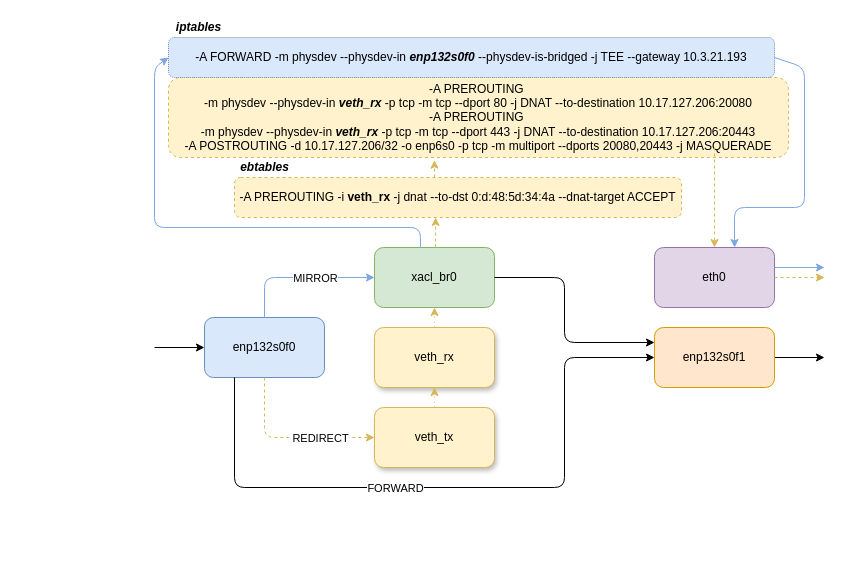
Before: veth_mirror_clone.drawio in AirbornWdd/doc, a draw.io diagram. Source tidied: cells renumbered, new cells numbered last; positions are measured from the earlier drawing's top-left corner, leaving out a move shared by most shapes. Both pictures are drawn from the tidied source at 100%, with x=0, y=0 at pixel (154, 17).
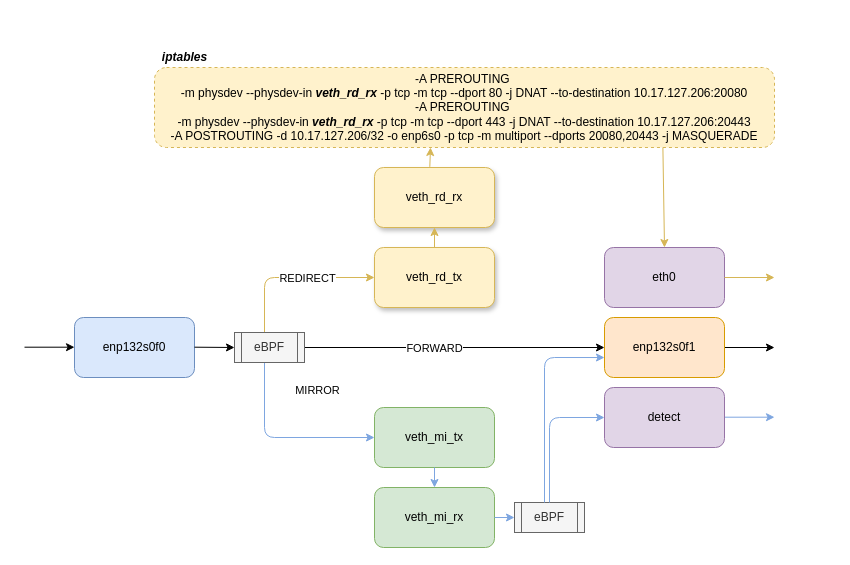
After the change.

Change to the diagram source:
```diff
@@
-    <mxCell id="2" value="xacl_br0" style="rounded=1;whiteSpace=wrap;html=1;fillColor=#d5e8d4;strokeColor=#82b366;" parent="1" vertex="1">
-      <mxGeometry x="220" y="230" width="120" height="60" as="geometry" />
+    <mxCell id="2" value="veth_mi_tx" style="rounded=1;whiteSpace=wrap;html=1;fillColor=#d5e8d4;strokeColor=#82b366;" parent="1" vertex="1">
+      <mxGeometry x="220" y="390" width="120" height="60" as="geometry" />
     </mxCell>
-    <mxCell id="3" value="enp132s0f0" style="rounded=1;whiteSpace=wrap;html=1;fillColor=#dae8fc;strokeColor=#6c8ebf;" parent="1" vertex="1">
-      <mxGeometry x="50" y="300" width="120" height="60" as="geometry" />
-    </mxCell>
-    <mxCell id="4" value="veth_tx" style="rounded=1;whiteSpace=wrap;html=1;fillColor=#fff2cc;strokeColor=#d6b656;shadow=1;" parent="1" vertex="1">
-      <mxGeometry x="220" y="390" width="120" height="60" as="geometry" />
+    <mxCell id="4" value="veth_rd_tx" style="rounded=1;whiteSpace=wrap;html=1;fillColor=#fff2cc;strokeColor=#d6b656;shadow=1;" parent="1" vertex="1">
+      <mxGeometry x="220" y="230" width="120" height="60" as="geometry" />
     </mxCell>
-    <mxCell id="5" value="-A PREROUTING -i &lt;b&gt;veth_rx&lt;/b&gt; -j dnat --to-dst 0:d:48:5d:34:4a --dnat-target ACCEPT" style="rounded=1;whiteSpace=wrap;html=1;dashed=1;fillColor=#fff2cc;strokeColor=#d6b656;" parent="1" vertex="1">
-      <mxGeometry x="80" y="160" width="447" height="40" as="geometry" />
-    </mxCell>
-    <mxCell id="6" style="endArrow=classic;html=1;entryX=0;entryY=0.5;entryDx=0;entryDy=0;exitX=0.5;exitY=1;exitDx=0;exitDy=0;dashed=1;fillColor=#fff2cc;strokeColor=#d6b656;" parent="1" edge="1" source="3" target="4">
+    <mxCell id="6" style="endArrow=classic;html=1;entryX=0;entryY=0.5;entryDx=0;entryDy=0;fillColor=#fff2cc;strokeColor=#d6b656;exitX=0.5;exitY=0;exitDx=0;exitDy=0;" parent="1" edge="1" target="4">
       <mxGeometry relative="1" as="geometry">
+        <mxPoint x="110" y="315" as="sourcePoint" />
         <Array as="points">
-          <mxPoint x="110" y="420" />
+          <mxPoint x="110" y="260" />
         </Array>
       </mxGeometry>
     </mxCell>
     <mxCell id="7" value="REDIRECT" style="edgeLabel;html=1;align=center;verticalAlign=middle;" parent="6" vertex="1">
       <mxGeometry x="-0.18" y="-2" relative="1" as="geometry">
-        <mxPoint x="45" y="-2" as="offset" />
+        <mxPoint x="29" y="-2" as="offset" />
       </mxGeometry>
     </mxCell>
     <mxCell id="8" style="endArrow=classic;html=1;exitX=1;exitY=0.5;exitDx=0;exitDy=0;" parent="1" edge="1" source="19">
       <mxGeometry relative="1" as="geometry">
-        <mxPoint x="670" y="340" as="targetPoint" />
+        <mxPoint x="620" y="330" as="targetPoint" />
       </mxGeometry>
     </mxCell>
-    <mxCell id="9" style="endArrow=classic;html=1;exitX=0.5;exitY=0;exitDx=0;exitDy=0;entryX=0;entryY=0.5;entryDx=0;entryDy=0;strokeColor=#7EA6E0;" parent="1" edge="1" source="3" target="2">
+    <mxCell id="9" style="endArrow=classic;html=1;exitX=0.5;exitY=1;exitDx=0;exitDy=0;entryX=0;entryY=0.5;entryDx=0;entryDy=0;strokeColor=#7EA6E0;" parent="1" edge="1" target="2">
       <mxGeometry relative="1" as="geometry">
+        <mxPoint x="110" y="345" as="sourcePoint" />
         <Array as="points">
-          <mxPoint x="110" y="260" />
+          <mxPoint x="110" y="420" />
         </Array>
       </mxGeometry>
     </mxCell>
@@
-    <mxCell id="11" style="endArrow=classic;html=1;entryX=0.45;entryY=1;entryDx=0;entryDy=0;entryPerimeter=0;dashed=1;fillColor=#fff2cc;strokeColor=#d6b656;" parent="1" edge="1" target="5">
-      <mxGeometry relative="1" as="geometry">
-        <mxPoint x="281" y="230" as="sourcePoint" />
-      </mxGeometry>
-    </mxCell>
-    <mxCell id="12" value="&lt;div&gt;-A PREROUTING&amp;nbsp;&lt;/div&gt;-m physdev --physdev-in &lt;b&gt;&lt;i&gt;veth_rx&lt;/i&gt;&lt;/b&gt;&lt;span&gt;&amp;nbsp;-p tcp -m tcp --dport 80 -j DNAT --to-destination 10.17.127.206:20080&lt;/span&gt;&lt;b&gt;&lt;i&gt;&lt;br&gt;&lt;/i&gt;&lt;/b&gt;&lt;div&gt;-A PREROUTING&amp;nbsp;&lt;/div&gt;-m physdev --physdev-in&amp;nbsp;&lt;b&gt;&lt;i&gt;veth_rx&lt;/i&gt;&lt;/b&gt;&lt;span&gt;&amp;nbsp;&lt;/span&gt;&lt;span&gt;-p tcp -m tcp --dport 443 -j DNAT --to-destination 10.17.127.206:20443&lt;/span&gt;&lt;span&gt;&lt;br&gt;&lt;/span&gt;&lt;div&gt;-A POSTROUTING -d 10.17.127.206/32 -o enp6s0 -p tcp -m multiport --dports 20080,20443 -j MASQUERADE&lt;/div&gt;" style="rounded=1;whiteSpace=wrap;html=1;dashed=1;fillColor=#fff2cc;strokeColor=#d6b656;" parent="1" vertex="1">
-      <mxGeometry x="14" y="60" width="620" height="80" as="geometry" />
+    <mxCell id="12" value="&lt;div&gt;-A PREROUTING&amp;nbsp;&lt;/div&gt;-m physdev --physdev-in &lt;b&gt;&lt;i&gt;veth_rd_rx&lt;/i&gt;&lt;/b&gt;&lt;span&gt;&amp;nbsp;-p tcp -m tcp --dport 80 -j DNAT --to-destination 10.17.127.206:20080&lt;/span&gt;&lt;b&gt;&lt;i&gt;&lt;br&gt;&lt;/i&gt;&lt;/b&gt;&lt;div&gt;-A PREROUTING&amp;nbsp;&lt;/div&gt;-m physdev --physdev-in&amp;nbsp;&lt;b&gt;&lt;i&gt;veth_rd_rx&lt;/i&gt;&lt;/b&gt;&lt;span&gt;&amp;nbsp;&lt;/span&gt;&lt;span&gt;-p tcp -m tcp --dport 443 -j DNAT --to-destination 10.17.127.206:20443&lt;/span&gt;&lt;span&gt;&lt;br&gt;&lt;/span&gt;&lt;div&gt;-A POSTROUTING -d 10.17.127.206/32 -o enp6s0 -p tcp -m multiport --dports 20080,20443 -j MASQUERADE&lt;/div&gt;" style="rounded=1;whiteSpace=wrap;html=1;dashed=1;fillColor=#fff2cc;strokeColor=#d6b656;" parent="1" vertex="1">
+      <mxGeometry y="50" width="620" height="80" as="geometry" />
     </mxCell>
-    <mxCell id="13" value="&lt;b&gt;&lt;i&gt;ebtables&lt;/i&gt;&lt;/b&gt;" style="text;html=1;align=center;verticalAlign=middle;" parent="1" vertex="1">
-      <mxGeometry x="80" y="140" width="60" height="20" as="geometry" />
-    </mxCell>
     <mxCell id="14" value="&lt;b&gt;&lt;i&gt;iptables&lt;/i&gt;&lt;/b&gt;" style="text;html=1;align=center;verticalAlign=middle;" parent="1" vertex="1">
-      <mxGeometry x="14" width="60" height="20" as="geometry" />
+      <mxGeometry y="30" width="60" height="20" as="geometry" />
     </mxCell>
     <mxCell id="15" value="eth0" style="rounded=1;whiteSpace=wrap;html=1;fillColor=#e1d5e7;strokeColor=#9673a6;" parent="1" vertex="1">
-      <mxGeometry x="500" y="230" width="120" height="60" as="geometry" />
+      <mxGeometry x="450" y="230" width="120" height="60" as="geometry" />
     </mxCell>
-    <mxCell id="16" style="endArrow=classic;html=1;entryX=0.5;entryY=0;entryDx=0;entryDy=0;dashed=1;fillColor=#fff2cc;strokeColor=#d6b656;" parent="1" edge="1" target="15">
-      <mxGeometry relative="1" as="geometry">
-        <mxPoint x="560" y="130" as="sourcePoint" />
-      </mxGeometry>
+    <mxCell id="16" style="endArrow=classic;html=1;entryX=0.5;entryY=0;entryDx=0;entryDy=0;fillColor=#fff2cc;strokeColor=#d6b656;exitX=0.82;exitY=1;exitDx=0;exitDy=0;exitPerimeter=0;" parent="1" edge="1" source="12" target="15">
+      <mxGeometry relative="1" as="geometry" />
     </mxCell>
-    <mxCell id="17" style="endArrow=classic;html=1;exitX=1;exitY=0.5;exitDx=0;exitDy=0;dashed=1;fillColor=#fff2cc;strokeColor=#d6b656;" parent="1" edge="1" source="15">
+    <mxCell id="17" style="endArrow=classic;html=1;exitX=1;exitY=0.5;exitDx=0;exitDy=0;fillColor=#fff2cc;strokeColor=#d6b656;" parent="1" edge="1" source="15">
       <mxGeometry relative="1" as="geometry">
-        <mxPoint x="670" y="260" as="targetPoint" />
+        <mxPoint x="620" y="260" as="targetPoint" />
       </mxGeometry>
     </mxCell>
-    <mxCell id="18" value="veth_rx" style="rounded=1;whiteSpace=wrap;html=1;fillColor=#fff2cc;strokeColor=#d6b656;shadow=1;" parent="1" vertex="1">
-      <mxGeometry x="220" y="310" width="120" height="60" as="geometry" />
+    <mxCell id="18" value="veth_rd_rx" style="rounded=1;whiteSpace=wrap;html=1;fillColor=#fff2cc;strokeColor=#d6b656;shadow=1;" parent="1" vertex="1">
+      <mxGeometry x="220" y="150" width="120" height="60" as="geometry" />
     </mxCell>
     <mxCell id="19" value="&lt;span&gt;enp132s0f1&lt;/span&gt;" style="rounded=1;whiteSpace=wrap;html=1;fillColor=#ffe6cc;strokeColor=#d79b00;" parent="1" vertex="1">
-      <mxGeometry x="500" y="310" width="120" height="60" as="geometry" />
+      <mxGeometry x="450" y="300" width="120" height="60" as="geometry" />
     </mxCell>
-    <mxCell id="20" style="endArrow=classic;html=1;exitX=0.5;exitY=0;exitDx=0;exitDy=0;entryX=0.5;entryY=1;entryDx=0;entryDy=0;dashed=1;dashPattern=1 4;fillColor=#fff2cc;strokeColor=#d6b656;" parent="1" edge="1" source="4" target="18">
+    <mxCell id="20" style="endArrow=classic;html=1;exitX=0.5;exitY=0;exitDx=0;exitDy=0;entryX=0.5;entryY=1;entryDx=0;entryDy=0;fillColor=#fff2cc;strokeColor=#d6b656;" parent="1" edge="1" source="4" target="18">
       <mxGeometry relative="1" as="geometry" />
     </mxCell>
-    <mxCell id="21" style="endArrow=classic;html=1;exitX=0.5;exitY=0;exitDx=0;exitDy=0;entryX=0.5;entryY=1;entryDx=0;entryDy=0;dashed=1;dashPattern=1 4;fillColor=#fff2cc;strokeColor=#d6b656;" parent="1" edge="1" source="18" target="2">
-      <mxGeometry relative="1" as="geometry" />
-    </mxCell>
-    <mxCell id="22" style="endArrow=classic;html=1;entryX=0;entryY=0.5;entryDx=0;entryDy=0;exitX=0.25;exitY=1;exitDx=0;exitDy=0;" parent="1" edge="1" source="3" target="19">
-      <mxGeometry relative="1" as="geometry">
-        <Array as="points">
-          <mxPoint x="80" y="470" />
-          <mxPoint x="410" y="470" />
-          <mxPoint x="410" y="340" />
-        </Array>
-      </mxGeometry>
-    </mxCell>
+    <mxCell id="30" style="endArrow=classic;html=1;exitX=1;exitY=0.5;exitDx=0;exitDy=0;strokeColor=#7EA6E0;" parent="1" edge="1">
+      <mxGeometry relative="1" as="geometry">
+        <mxPoint x="570" y="399.7" as="sourcePoint" />
+        <mxPoint x="620" y="399.7" as="targetPoint" />
+      </mxGeometry>
+    </mxCell>
+    <mxCell id="31" value="veth_mi_rx" style="rounded=1;whiteSpace=wrap;html=1;fillColor=#d5e8d4;strokeColor=#82b366;" parent="1" vertex="1">
+      <mxGeometry x="220" y="470" width="120" height="60" as="geometry" />
+    </mxCell>
+    <mxCell id="32" style="endArrow=classic;html=1;exitX=0.461;exitY=-0.011;exitDx=0;exitDy=0;fillColor=#fff2cc;strokeColor=#d6b656;exitPerimeter=0;" parent="1" edge="1" source="18">
+      <mxGeometry relative="1" as="geometry">
+        <mxPoint x="276" y="130" as="targetPoint" />
+      </mxGeometry>
+    </mxCell>
+    <mxCell id="33" style="endArrow=classic;html=1;entryX=0;entryY=0.5;entryDx=0;entryDy=0;" parent="1" edge="1" target="19">
+      <mxGeometry relative="1" as="geometry">
+        <mxPoint x="150" y="330" as="sourcePoint" />
+      </mxGeometry>
+    </mxCell>
-    <mxCell id="23" value="FORWARD" style="edgeLabel;html=1;align=center;verticalAlign=middle;" parent="22" vertex="1">
-      <mxGeometry x="0.3" y="1" relative="1" as="geometry">
-        <mxPoint x="-159" y="1" as="offset" />
-      </mxGeometry>
+    <mxCell id="23" value="FORWARD" style="edgeLabel;html=1;align=center;verticalAlign=middle;" parent="33" vertex="1">
+      <mxGeometry x="-0.14" relative="1" as="geometry" />
     </mxCell>
-    <mxCell id="24" style="endArrow=classic;html=1;entryX=0;entryY=0.5;entryDx=0;entryDy=0;" parent="1" edge="1" target="3">
-      <mxGeometry relative="1" as="geometry">
-        <mxPoint y="330" as="sourcePoint" />
-      </mxGeometry>
-    </mxCell>
-    <mxCell id="25" style="endArrow=classic;html=1;exitX=1;exitY=0.5;exitDx=0;exitDy=0;entryX=0;entryY=0.25;entryDx=0;entryDy=0;" parent="1" edge="1" source="2" target="19">
-      <mxGeometry relative="1" as="geometry">
-        <Array as="points">
-          <mxPoint x="410" y="260" />
-          <mxPoint x="410" y="325" />
-        </Array>
-      </mxGeometry>
-    </mxCell>
-    <mxCell id="26" value="-A FORWARD -m physdev --physdev-in &lt;b&gt;&lt;i&gt;enp132s0f0&lt;/i&gt;&lt;/b&gt;&amp;nbsp;--physdev-is-bridged -j TEE --gateway 10.3.21.193" style="rounded=1;whiteSpace=wrap;html=1;dashed=1;dashPattern=1 1;fillColor=#dae8fc;strokeColor=#6c8ebf;" parent="1" vertex="1">
-      <mxGeometry x="14" y="20" width="606" height="40" as="geometry" />
-    </mxCell>
-    <mxCell id="27" style="endArrow=classic;html=1;entryX=0.429;entryY=1.033;entryDx=0;entryDy=0;entryPerimeter=0;dashed=1;fillColor=#fff2cc;strokeColor=#d6b656;" parent="1" edge="1" target="12">
-      <mxGeometry relative="1" as="geometry">
-        <mxPoint x="280" y="160" as="sourcePoint" />
-      </mxGeometry>
-    </mxCell>
-    <mxCell id="28" style="endArrow=classic;html=1;exitX=0.383;exitY=0;exitDx=0;exitDy=0;exitPerimeter=0;entryX=0;entryY=0.5;entryDx=0;entryDy=0;strokeColor=#7EA6E0;" parent="1" edge="1" source="2" target="26">
-      <mxGeometry relative="1" as="geometry">
-        <Array as="points">
-          <mxPoint x="266" y="210" />
-          <mxPoint y="210" />
-          <mxPoint y="50" />
-        </Array>
-      </mxGeometry>
-    </mxCell>
-    <mxCell id="29" style="endArrow=classic;html=1;entryX=0.667;entryY=0;entryDx=0;entryDy=0;entryPerimeter=0;exitX=1;exitY=0.5;exitDx=0;exitDy=0;strokeColor=#7EA6E0;" parent="1" edge="1" source="26" target="15">
-      <mxGeometry relative="1" as="geometry">
-        <Array as="points">
-          <mxPoint x="650" y="50" />
-          <mxPoint x="650" y="190" />
-          <mxPoint x="580" y="190" />
-        </Array>
-      </mxGeometry>
-    </mxCell>
-    <mxCell id="30" style="endArrow=classic;html=1;exitX=1;exitY=0.5;exitDx=0;exitDy=0;strokeColor=#7EA6E0;" parent="1" edge="1">
-      <mxGeometry relative="1" as="geometry">
-        <mxPoint x="620" y="250" as="sourcePoint" />
-        <mxPoint x="670" y="250" as="targetPoint" />
-      </mxGeometry>
-    </mxCell>
+    <mxCell id="34" value="detect" style="rounded=1;whiteSpace=wrap;html=1;fillColor=#e1d5e7;strokeColor=#9673a6;" parent="1" vertex="1">
+      <mxGeometry x="450" y="370" width="120" height="60" as="geometry" />
+    </mxCell>
+    <mxCell id="35" style="endArrow=classic;html=1;exitX=0.5;exitY=1;exitDx=0;exitDy=0;strokeColor=#7EA6E0;" parent="1" edge="1" source="2" target="31">
+      <mxGeometry relative="1" as="geometry" />
+    </mxCell>
+    <mxCell id="3" value="enp132s0f0" style="rounded=1;whiteSpace=wrap;html=1;fillColor=#dae8fc;strokeColor=#6c8ebf;" parent="1" vertex="1">
+      <mxGeometry x="-80" y="300" width="120" height="60" as="geometry" />
+    </mxCell>
+    <mxCell id="36" style="endArrow=classic;html=1;exitX=1;exitY=0.5;exitDx=0;exitDy=0;" parent="1" edge="1">
+      <mxGeometry relative="1" as="geometry">
+        <mxPoint x="-130" y="329.7" as="sourcePoint" />
+        <mxPoint x="-80" y="329.7" as="targetPoint" />
+      </mxGeometry>
+    </mxCell>
+    <mxCell id="37" style="endArrow=classic;html=1;exitX=1;exitY=0.5;exitDx=0;exitDy=0;entryX=0;entryY=0.5;entryDx=0;entryDy=0;" parent="1" edge="1" target="38">
+      <mxGeometry relative="1" as="geometry">
+        <mxPoint x="40" y="329.7" as="sourcePoint" />
+      </mxGeometry>
+    </mxCell>
+    <mxCell id="38" value="eBPF" style="shape=process;whiteSpace=wrap;html=1;backgroundOutline=1;fillColor=#f5f5f5;strokeColor=#666666;fontColor=#333333;" parent="1" vertex="1">
+      <mxGeometry x="80" y="315" width="70" height="30" as="geometry" />
+    </mxCell>
+    <mxCell id="39" value="eBPF" style="shape=process;whiteSpace=wrap;html=1;backgroundOutline=1;fillColor=#f5f5f5;strokeColor=#666666;fontColor=#333333;" parent="1" vertex="1">
+      <mxGeometry x="360" y="485" width="70" height="30" as="geometry" />
+    </mxCell>
+    <mxCell id="40" style="endArrow=classic;html=1;exitX=1;exitY=0.5;exitDx=0;exitDy=0;strokeColor=#7EA6E0;entryX=0;entryY=0.5;entryDx=0;entryDy=0;" parent="1" edge="1" source="31" target="39">
+      <mxGeometry relative="1" as="geometry" />
+    </mxCell>
+    <mxCell id="41" style="endArrow=classic;html=1;exitX=0.5;exitY=0;exitDx=0;exitDy=0;strokeColor=#7EA6E0;entryX=0;entryY=0.5;entryDx=0;entryDy=0;" parent="1" edge="1" source="39" target="34">
+      <mxGeometry relative="1" as="geometry">
+        <Array as="points">
+          <mxPoint x="395" y="400" />
+        </Array>
+      </mxGeometry>
+    </mxCell>
+    <mxCell id="42" style="endArrow=classic;html=1;exitX=0.384;exitY=0.03;exitDx=0;exitDy=0;exitPerimeter=0;strokeColor=none;" parent="1" edge="1" source="39">
+      <mxGeometry relative="1" as="geometry">
+        <mxPoint x="387" y="330" as="targetPoint" />
+      </mxGeometry>
+    </mxCell>
+    <mxCell id="43" style="endArrow=classic;html=1;exitX=0.5;exitY=0;exitDx=0;exitDy=0;strokeColor=#7EA6E0;entryX=0;entryY=0.667;entryDx=0;entryDy=0;entryPerimeter=0;" parent="1" edge="1" target="19">
+      <mxGeometry relative="1" as="geometry">
+        <mxPoint x="390" y="485" as="sourcePoint" />
+        <Array as="points">
+          <mxPoint x="390" y="340" />
+        </Array>
+      </mxGeometry>
+    </mxCell>
```
